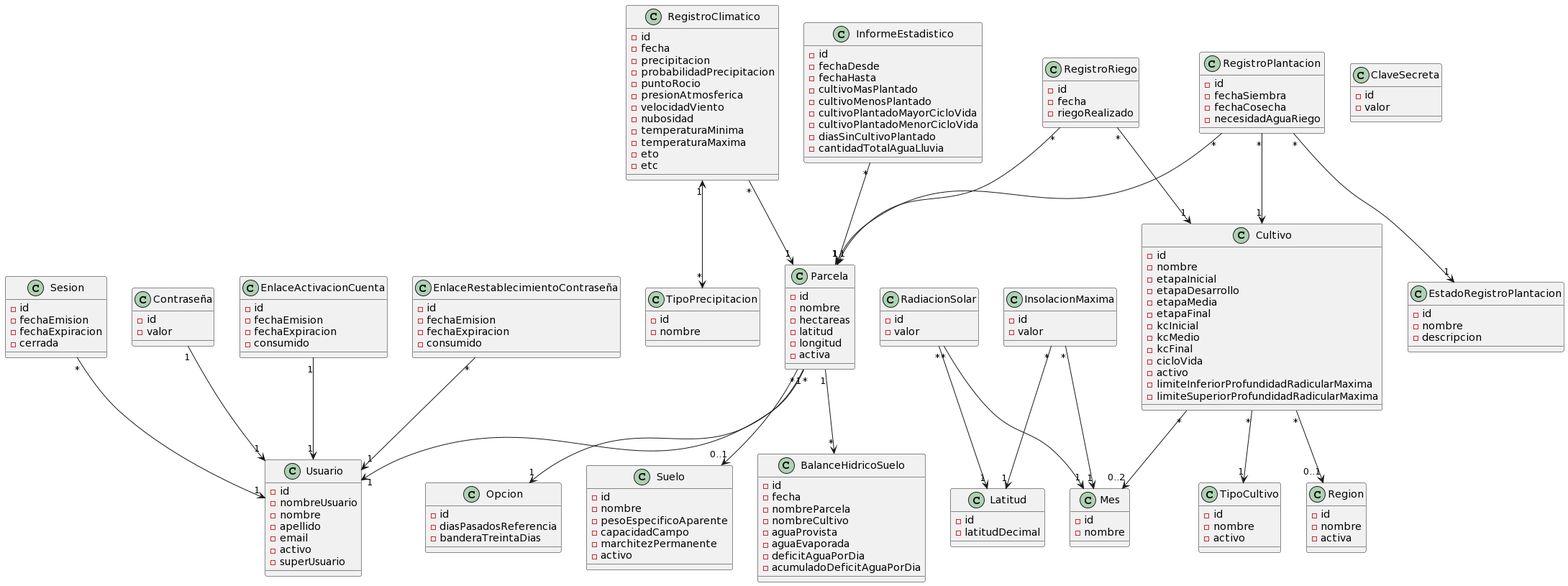
The PlantUML diagram docs/domain model/Modelo de dominio.png in facundopaez-dev/sistema-web-riego, before a commit.
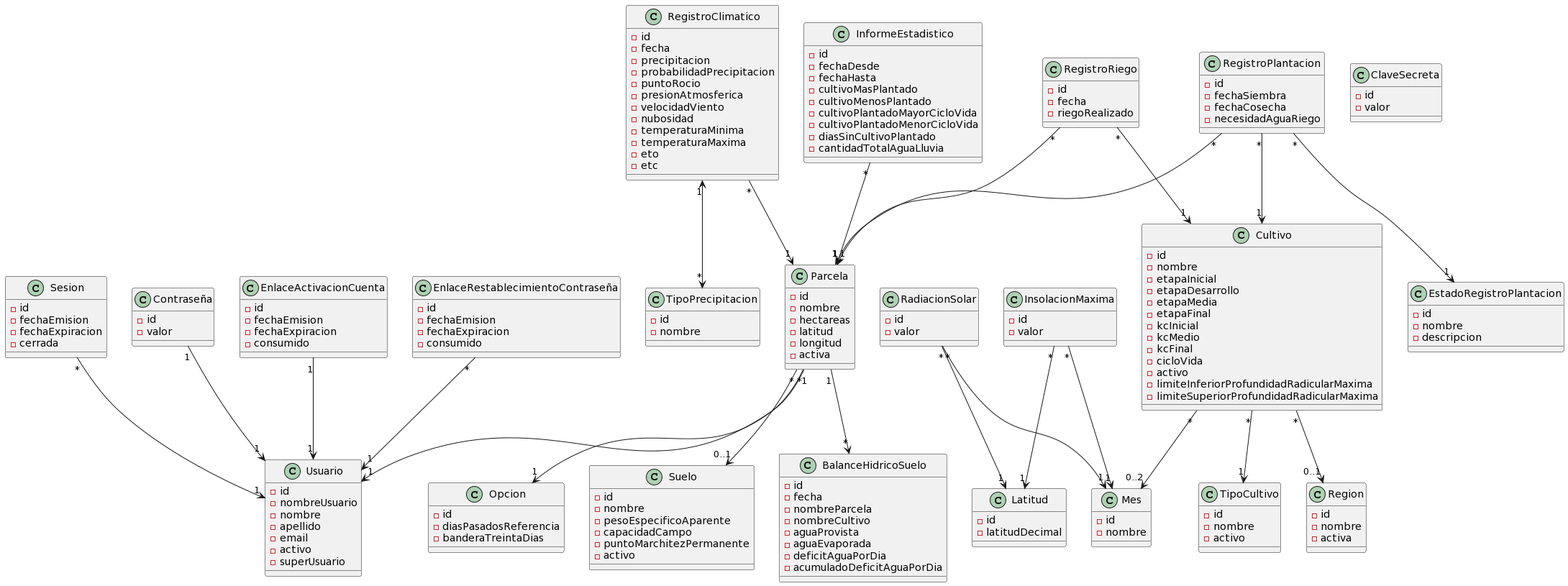
Above is the later version.

What changed in the source:
```diff
@@ -189,7 +189,7 @@
 -nombre
 -pesoEspecificoAparente
 -capacidadCampo
--marchitezPermanente
+-puntoMarchitezPermanente
 -activo
 }
 
```
